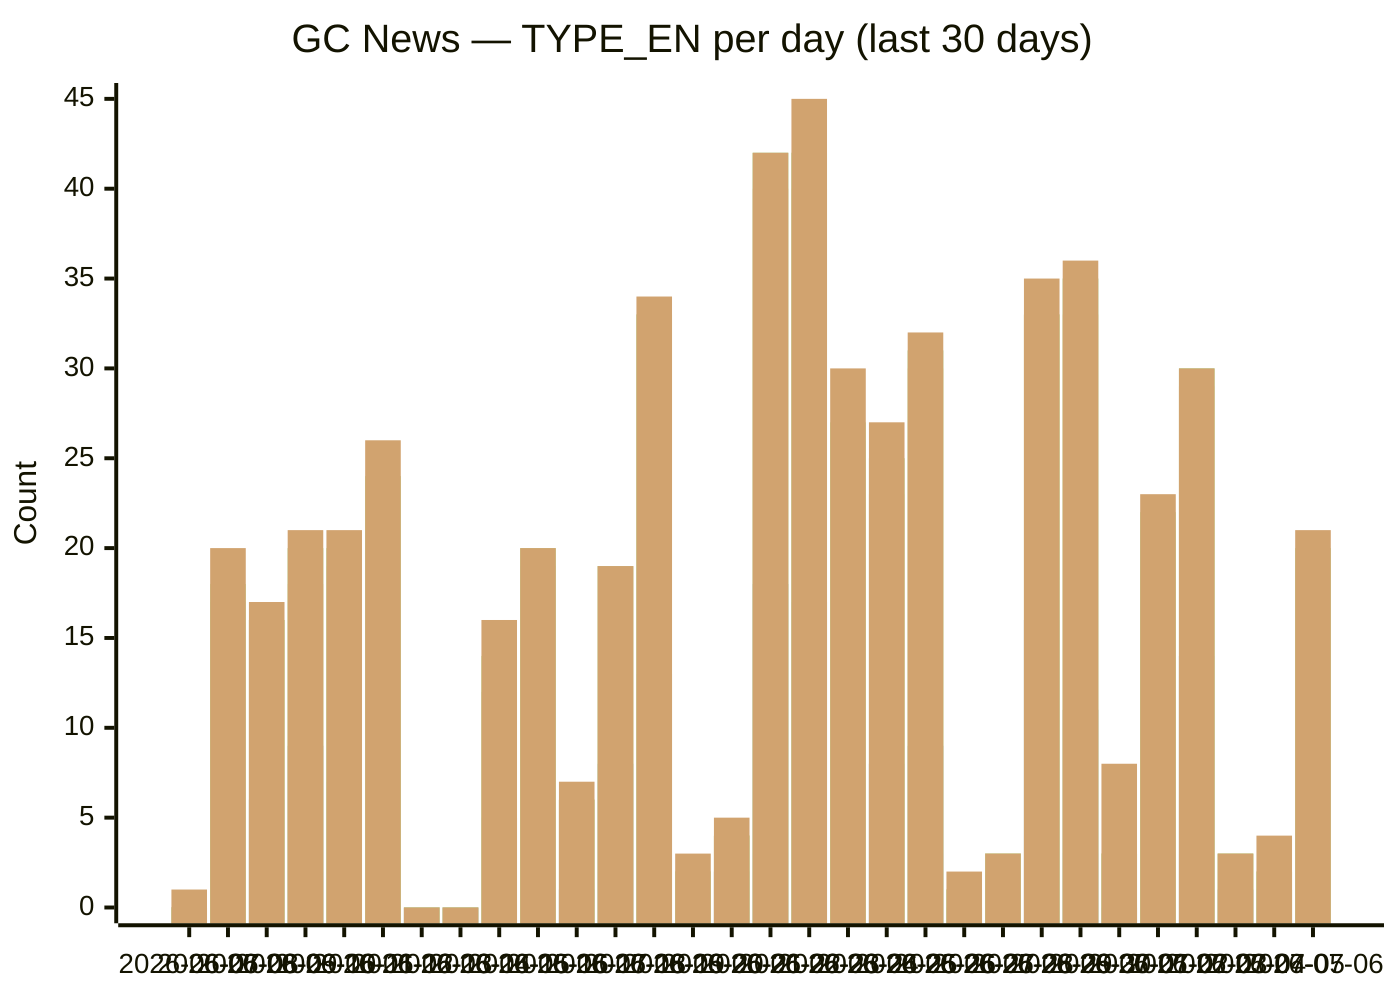
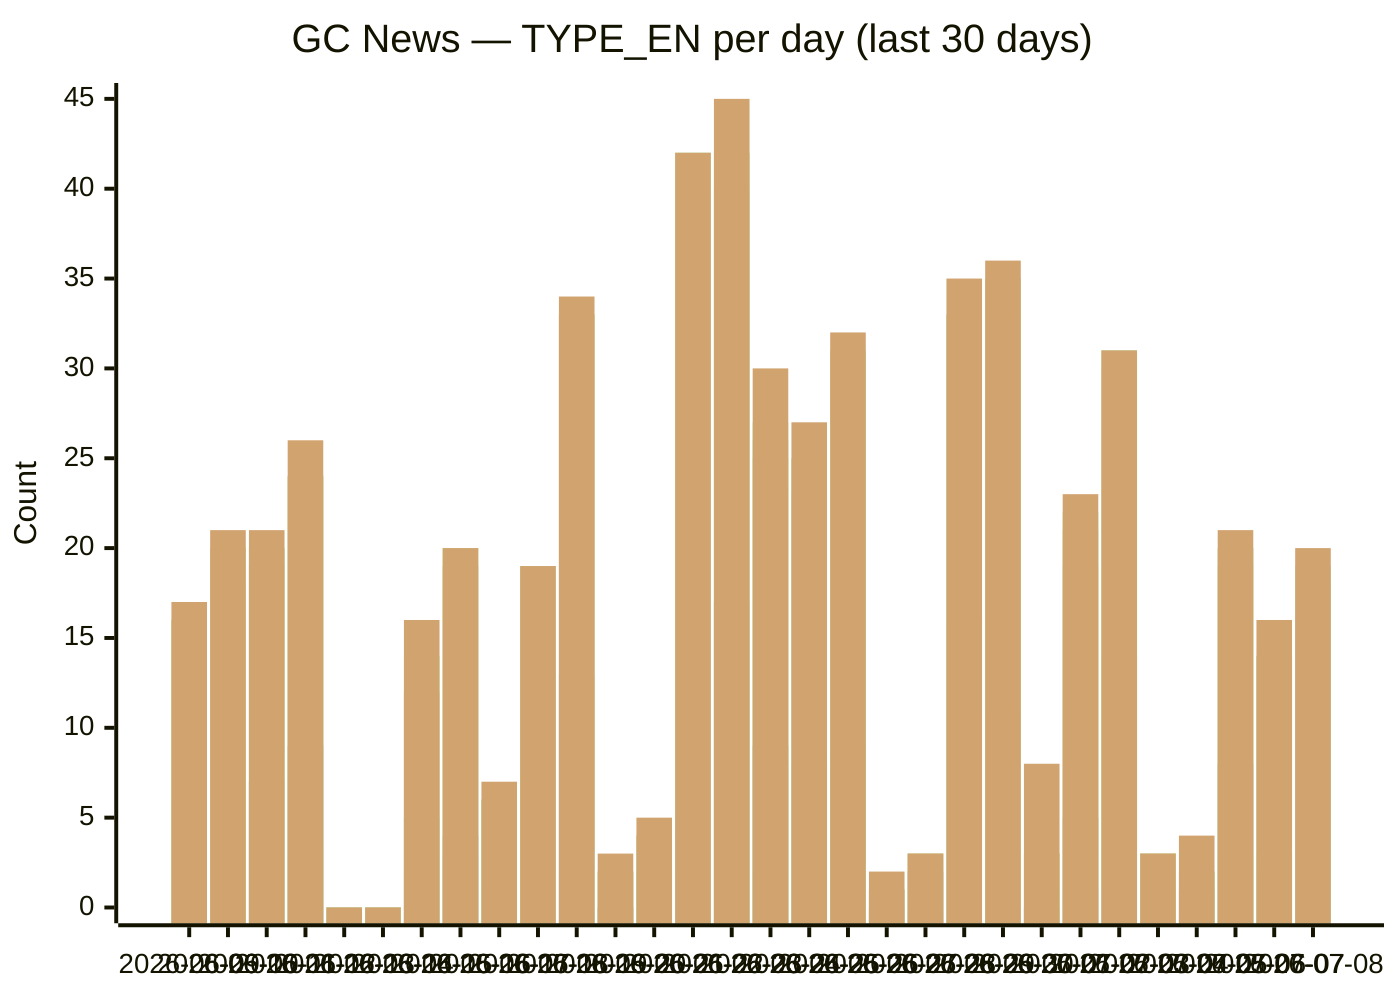
xychart-beta
  title "GC News — TYPE_EN per day (last 30 days)"
-   x-axis [2026-06-07, 2026-06-08, 2026-06-09, 2026-06-10, 2026-06-11, 2026-06-12, 2026-06-13, 2026-06-14, 2026-06-15, 2026-06-16, 2026-06-17, 2026-06-18, 2026-06-19, 2026-06-20, 2026-06-21, 2026-06-22, 2026-06-23, 2026-06-24, 2026-06-25, 2026-06-26, 2026-06-27, 2026-06-28, 2026-06-29, 2026-06-30, 2026-07-01, 2026-07-02, 2026-07-03, 2026-07-04, 2026-07-05, 2026-07-06]
+   x-axis [2026-06-09, 2026-06-10, 2026-06-11, 2026-06-12, 2026-06-13, 2026-06-14, 2026-06-15, 2026-06-16, 2026-06-17, 2026-06-18, 2026-06-19, 2026-06-20, 2026-06-21, 2026-06-22, 2026-06-23, 2026-06-24, 2026-06-25, 2026-06-26, 2026-06-27, 2026-06-28, 2026-06-29, 2026-06-30, 2026-07-01, 2026-07-02, 2026-07-03, 2026-07-04, 2026-07-05, 2026-07-06, 2026-07-07, 2026-07-08]
  y-axis "Count" 0 --> 45
-   bar backgrounders [0, 0, 3, 2, 0, 3, 0, 0, 2, 3, 1, 2, 2, 0, 0, 3, 6, 2, 2, 3, 0, 0, 4, 3, 0, 1, 3, 1, 0, 3]
-   bar "media advisories" [0, 2, 6, 9, 7, 9, 0, 0, 5, 4, 1, 8, 13, 0, 2, 18, 17, 9, 8, 9, 0, 2, 16, 11, 0, 5, 14, 1, 1, 8]
-   bar "news releases" [0, 17, 16, 18, 19, 24, 0, 0, 12, 19, 6, 19, 33, 2, 4, 40, 40, 25, 23, 30, 1, 3, 33, 33, 3, 19, 29, 3, 2, 19]
-   bar readouts [0, 17, 16, 20, 20, 24, 0, 0, 12, 19, 6, 19, 33, 2, 4, 42, 42, 26, 25, 31, 1, 3, 33, 35, 3, 21, 30, 3, 2, 20]
-   bar speeches [0, 18, 16, 20, 20, 24, 0, 0, 14, 20, 6, 19, 33, 2, 4, 42, 42, 27, 25, 31, 1, 3, 33, 35, 3, 22, 30, 3, 2, 20]
-   bar statements [1, 20, 17, 21, 21, 26, 0, 0, 16, 20, 7, 19, 34, 3, 5, 42, 45, 30, 27, 32, 2, 3, 35, 36, 8, 23, 30, 3, 4, 21]
+   bar backgrounders [3, 2, 0, 3, 0, 0, 2, 3, 1, 2, 2, 0, 0, 3, 6, 2, 2, 3, 0, 0, 4, 3, 0, 1, 3, 1, 0, 3, 2, 2]
+   bar "media advisories" [6, 9, 7, 9, 0, 0, 5, 4, 1, 8, 13, 0, 2, 18, 17, 9, 8, 9, 0, 2, 16, 11, 0, 5, 14, 1, 1, 8, 3, 7]
+   bar "news releases" [16, 18, 19, 24, 0, 0, 12, 19, 6, 19, 33, 2, 4, 40, 40, 25, 23, 30, 1, 3, 33, 33, 3, 19, 30, 3, 2, 19, 14, 18]
+   bar readouts [16, 20, 20, 24, 0, 0, 12, 19, 6, 19, 33, 2, 4, 42, 42, 26, 25, 31, 1, 3, 33, 35, 3, 21, 31, 3, 2, 20, 14, 18]
+   bar speeches [16, 20, 20, 24, 0, 0, 14, 20, 6, 19, 33, 2, 4, 42, 42, 27, 25, 31, 1, 3, 33, 35, 3, 22, 31, 3, 2, 20, 14, 19]
+   bar statements [17, 21, 21, 26, 0, 0, 16, 20, 7, 19, 34, 3, 5, 42, 45, 30, 27, 32, 2, 3, 35, 36, 8, 23, 31, 3, 4, 21, 16, 20]
